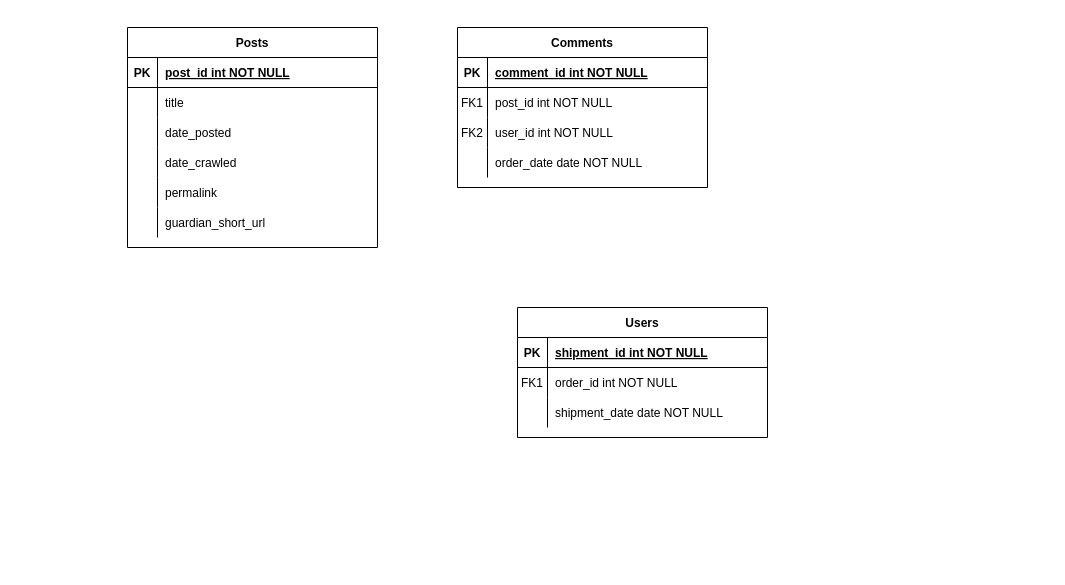
Above: bdcb.drawio in PizzaMyHeart/diosketches (draw.io), before the change. Source tidied: cells renumbered, new cells numbered last; positions are measured from the earlier drawing's top-left corner, leaving out a move shared by most shapes. Both pictures are drawn from the tidied source at 100%, with x=0, y=0 at pixel (127, 27).
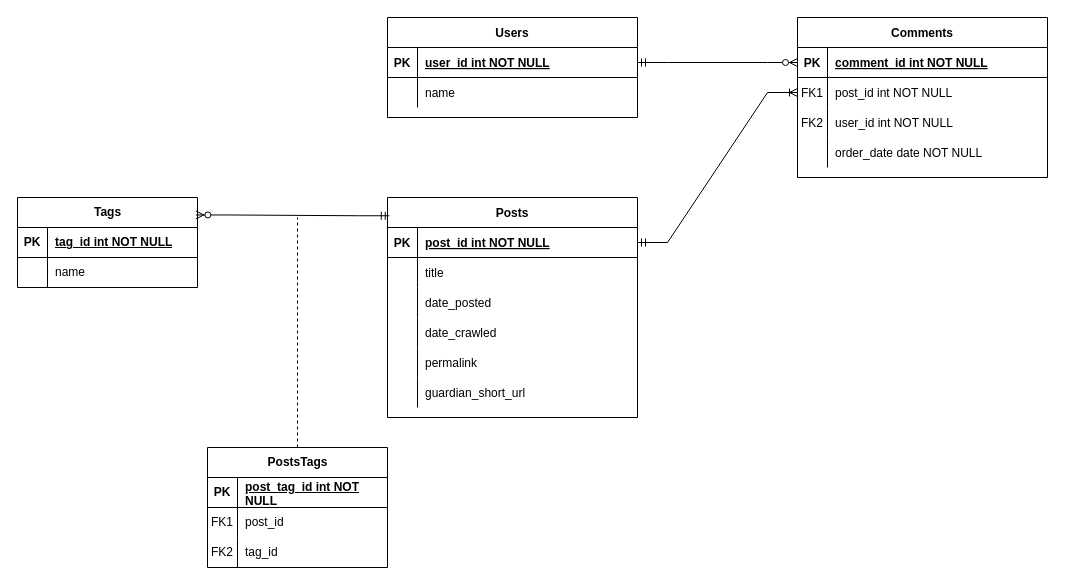
Above is the later version.

Unchanged cells that the change refers to:
```xml
<mxCell id="3" style="shape=partialRectangle;fillColor=none;points=[[0,0.5],[1,0.5]];portConstraint=eastwest;top=0;left=0;right=0;bottom=1;" parent="2" vertex="1">
  <mxGeometry y="30" width="250" height="30" as="geometry" />
</mxCell>
<mxCell id="6" style="shape=partialRectangle;fillColor=none;points=[[0,0.5],[1,0.5]];portConstraint=eastwest;top=0;left=0;right=0;bottom=0;" parent="2" vertex="1">
  <mxGeometry y="60" width="250" height="30" as="geometry" />
</mxCell>
<mxCell id="16" style="shape=partialRectangle;fillColor=none;points=[[0,0.5],[1,0.5]];portConstraint=eastwest;top=0;left=0;right=0;bottom=1;" parent="15" vertex="1">
  <mxGeometry y="30" width="250" height="30" as="geometry" />
</mxCell>
<mxCell id="26" style="shape=partialRectangle;fillColor=none;points=[[0,0.5],[1,0.5]];portConstraint=eastwest;top=0;left=0;right=0;bottom=1;" parent="25" vertex="1">
  <mxGeometry y="30" width="250" height="30" as="geometry" />
</mxCell>
```

Diff of the diagram source:
```diff
@@
     <mxCell id="2" value="Comments" style="shape=table;startSize=30;childLayout=tableLayout;rowLines=0;fontStyle=1;align=center;" parent="1" vertex="1">
-      <mxGeometry x="330" width="250" height="160" as="geometry" />
+      <mxGeometry x="670" y="-10" width="250" height="160" as="geometry" />
     </mxCell>
@@
     <mxCell id="15" value="Users" style="shape=table;startSize=30;childLayout=tableLayout;rowLines=0;fontStyle=1;align=center;" parent="1" vertex="1">
-      <mxGeometry x="390" y="280" width="250" height="130" as="geometry" />
+      <mxGeometry x="260" y="-10" width="250" height="100" as="geometry" />
     </mxCell>
@@
-    <mxCell id="18" value="shipment_id int NOT NULL " style="shape=partialRectangle;overflow=hidden;fillColor=none;top=0;left=0;bottom=0;right=0;align=left;spacingLeft=6;fontStyle=5;" parent="16" vertex="1">
+    <mxCell id="18" value="user_id int NOT NULL " style="shape=partialRectangle;overflow=hidden;fillColor=none;top=0;left=0;bottom=0;right=0;align=left;spacingLeft=6;fontStyle=5;" parent="16" vertex="1">
       <mxGeometry x="30" width="220" height="30" as="geometry" />
     </mxCell>
-    <mxCell id="19" style="shape=partialRectangle;fillColor=none;top=0;left=0;right=0;bottom=0;" parent="15" vertex="1">
-      <mxGeometry y="60" width="250" height="30" as="geometry" />
-    </mxCell>
-    <mxCell id="20" value="FK1" style="shape=partialRectangle;overflow=hidden;fillColor=none;top=0;left=0;bottom=0;right=0;" parent="19" vertex="1">
-      <mxGeometry width="30" height="30" as="geometry" />
-    </mxCell>
-    <mxCell id="21" value="order_id int NOT NULL" style="shape=partialRectangle;overflow=hidden;fillColor=none;top=0;left=0;bottom=0;right=0;align=left;spacingLeft=6;" parent="19" vertex="1">
-      <mxGeometry x="30" width="220" height="30" as="geometry" />
-    </mxCell>
     <mxCell id="22" style="shape=partialRectangle;fillColor=none;top=0;left=0;right=0;bottom=0;" parent="15" vertex="1">
-      <mxGeometry y="90" width="250" height="30" as="geometry" />
+      <mxGeometry y="60" width="250" height="30" as="geometry" />
     </mxCell>
@@
-    <mxCell id="24" value="shipment_date date NOT NULL" style="shape=partialRectangle;overflow=hidden;fillColor=none;top=0;left=0;bottom=0;right=0;align=left;spacingLeft=6;" parent="22" vertex="1">
+    <mxCell id="24" value="name" style="shape=partialRectangle;overflow=hidden;fillColor=none;top=0;left=0;bottom=0;right=0;align=left;spacingLeft=6;" parent="22" vertex="1">
       <mxGeometry x="30" width="220" height="30" as="geometry" />
     </mxCell>
     <mxCell id="25" value="Posts" style="shape=table;startSize=30;childLayout=tableLayout;rowLines=0;fontStyle=1;align=center;" parent="1" vertex="1">
-      <mxGeometry width="250" height="220" as="geometry" />
+      <mxGeometry x="260" y="170" width="250" height="220" as="geometry" />
     </mxCell>
@@
+    <mxCell id="44" value="Tags" style="shape=table;startSize=30;childLayout=tableLayout;rowLines=0;fontStyle=1;align=center;html=1;" parent="1" vertex="1">
+      <mxGeometry x="-110" y="170" width="180" height="90" as="geometry" />
+    </mxCell>
+    <mxCell id="45" style="shape=tableRow;horizontal=0;startSize=0;swimlaneHead=0;swimlaneBody=0;fillColor=none;top=0;left=0;right=0;bottom=1;" parent="44" vertex="1">
+      <mxGeometry y="30" width="180" height="30" as="geometry" />
+    </mxCell>
+    <mxCell id="46" value="PK" style="shape=partialRectangle;fillColor=none;top=0;left=0;bottom=0;right=0;fontStyle=1;overflow=hidden;whiteSpace=wrap;html=1;" parent="45" vertex="1">
+      <mxGeometry width="30" height="30" as="geometry" />
+    </mxCell>
+    <mxCell id="47" value="tag_id int NOT NULL" style="shape=partialRectangle;fillColor=none;top=0;left=0;bottom=0;right=0;align=left;spacingLeft=6;fontStyle=5;overflow=hidden;whiteSpace=wrap;html=1;" parent="45" vertex="1">
+      <mxGeometry x="30" width="150" height="30" as="geometry" />
+    </mxCell>
+    <mxCell id="48" style="shape=tableRow;horizontal=0;startSize=0;swimlaneHead=0;swimlaneBody=0;fillColor=none;top=0;left=0;right=0;bottom=0;" parent="44" vertex="1">
+      <mxGeometry y="60" width="180" height="30" as="geometry" />
+    </mxCell>
+    <mxCell id="49" style="shape=partialRectangle;fillColor=none;top=0;left=0;bottom=0;right=0;overflow=hidden;whiteSpace=wrap;html=1;" parent="48" vertex="1">
+      <mxGeometry width="30" height="30" as="geometry" />
+    </mxCell>
+    <mxCell id="50" value="name" style="shape=partialRectangle;fillColor=none;top=0;left=0;bottom=0;right=0;align=left;spacingLeft=6;overflow=hidden;whiteSpace=wrap;html=1;" parent="48" vertex="1">
+      <mxGeometry x="30" width="150" height="30" as="geometry" />
+    </mxCell>
+    <mxCell id="51" value="PostsTags" style="shape=table;startSize=30;childLayout=tableLayout;rowLines=0;fontStyle=1;align=center;html=1;" parent="1" vertex="1">
+      <mxGeometry x="80" y="420" width="180" height="120" as="geometry" />
+    </mxCell>
+    <mxCell id="52" style="shape=tableRow;horizontal=0;startSize=0;swimlaneHead=0;swimlaneBody=0;fillColor=none;top=0;left=0;right=0;bottom=1;" parent="51" vertex="1">
+      <mxGeometry y="30" width="180" height="30" as="geometry" />
+    </mxCell>
+    <mxCell id="53" value="PK" style="shape=partialRectangle;fillColor=none;top=0;left=0;bottom=0;right=0;fontStyle=1;overflow=hidden;whiteSpace=wrap;html=1;" parent="52" vertex="1">
+      <mxGeometry width="30" height="30" as="geometry" />
+    </mxCell>
+    <mxCell id="54" value="post_tag_id int NOT NULL" style="shape=partialRectangle;fillColor=none;top=0;left=0;bottom=0;right=0;align=left;spacingLeft=6;fontStyle=5;overflow=hidden;whiteSpace=wrap;html=1;" parent="52" vertex="1">
+      <mxGeometry x="30" width="150" height="30" as="geometry" />
+    </mxCell>
+    <mxCell id="55" style="shape=tableRow;horizontal=0;startSize=0;swimlaneHead=0;swimlaneBody=0;fillColor=none;top=0;left=0;right=0;bottom=0;" parent="51" vertex="1">
+      <mxGeometry y="60" width="180" height="30" as="geometry" />
+    </mxCell>
+    <mxCell id="20" value="FK1" style="shape=partialRectangle;fillColor=none;top=0;left=0;bottom=0;right=0;overflow=hidden;whiteSpace=wrap;html=1;" parent="55" vertex="1">
+      <mxGeometry width="30" height="30" as="geometry" />
+    </mxCell>
+    <mxCell id="56" value="post_id" style="shape=partialRectangle;fillColor=none;top=0;left=0;bottom=0;right=0;align=left;spacingLeft=6;overflow=hidden;whiteSpace=wrap;html=1;" parent="55" vertex="1">
+      <mxGeometry x="30" width="150" height="30" as="geometry" />
+    </mxCell>
+    <mxCell id="57" style="shape=tableRow;horizontal=0;startSize=0;swimlaneHead=0;swimlaneBody=0;fillColor=none;top=0;left=0;right=0;bottom=0;" parent="51" vertex="1">
+      <mxGeometry y="90" width="180" height="30" as="geometry" />
+    </mxCell>
+    <mxCell id="58" value="FK2" style="shape=partialRectangle;fillColor=none;top=0;left=0;bottom=0;right=0;overflow=hidden;whiteSpace=wrap;html=1;" parent="57" vertex="1">
+      <mxGeometry width="30" height="30" as="geometry" />
+    </mxCell>
+    <mxCell id="59" value="&lt;div&gt;tag_id&lt;/div&gt;" style="shape=partialRectangle;fillColor=none;top=0;left=0;bottom=0;right=0;align=left;spacingLeft=6;overflow=hidden;whiteSpace=wrap;html=1;" parent="57" vertex="1">
+      <mxGeometry x="30" width="150" height="30" as="geometry" />
+    </mxCell>
+    <mxCell id="60" style="edgeStyle=entityRelationEdgeStyle;fontSize=12;html=1;endArrow=ERzeroToMany;startArrow=ERmandOne;rounded=0;entryX=0;entryY=0.5;entryDx=0;entryDy=0;exitX=1;exitY=0.5;exitDx=0;exitDy=0;" parent="1" edge="1" source="16" target="3">
+      <mxGeometry relative="1" as="geometry">
+        <Array as="points">
+          <mxPoint x="328.2" y="674.6" />
+          <mxPoint x="408.2" y="250" />
+          <mxPoint x="408.2" y="684.6" />
+          <mxPoint x="438.2" y="564.6" />
+          <mxPoint x="428.2" y="574.6" />
+          <mxPoint x="308.2" y="644.6" />
+          <mxPoint x="428.2" y="494.6" />
+          <mxPoint x="378.2" y="494.6" />
+          <mxPoint x="328.2" y="554.6" />
+          <mxPoint x="298.2" y="484.6" />
+        </Array>
+      </mxGeometry>
+    </mxCell>
+    <mxCell id="61" style="edgeStyle=entityRelationEdgeStyle;fontSize=12;html=1;endArrow=ERoneToMany;startArrow=ERmandOne;rounded=0;exitX=1;exitY=0.5;exitDx=0;exitDy=0;entryX=0;entryY=0.5;entryDx=0;entryDy=0;" parent="1" edge="1" source="26" target="6">
+      <mxGeometry relative="1" as="geometry" />
+    </mxCell>
+    <mxCell id="62" style="edgeStyle=entityRelationEdgeStyle;fontSize=12;html=1;endArrow=ERzeroToMany;startArrow=ERmandOne;rounded=0;exitX=0.007;exitY=0.083;exitDx=0;exitDy=0;exitPerimeter=0;entryX=0.991;entryY=0.194;entryDx=0;entryDy=0;entryPerimeter=0;" parent="1" edge="1" source="25" target="44">
+      <mxGeometry relative="1" as="geometry" />
+    </mxCell>
+    <mxCell id="63" style="endArrow=none;dashed=1;html=1;rounded=0;exitX=0.5;exitY=0;exitDx=0;exitDy=0;" parent="1" edge="1" source="51">
+      <mxGeometry relative="1" as="geometry">
+        <mxPoint x="170" y="190" as="targetPoint" />
+      </mxGeometry>
+    </mxCell>
```
